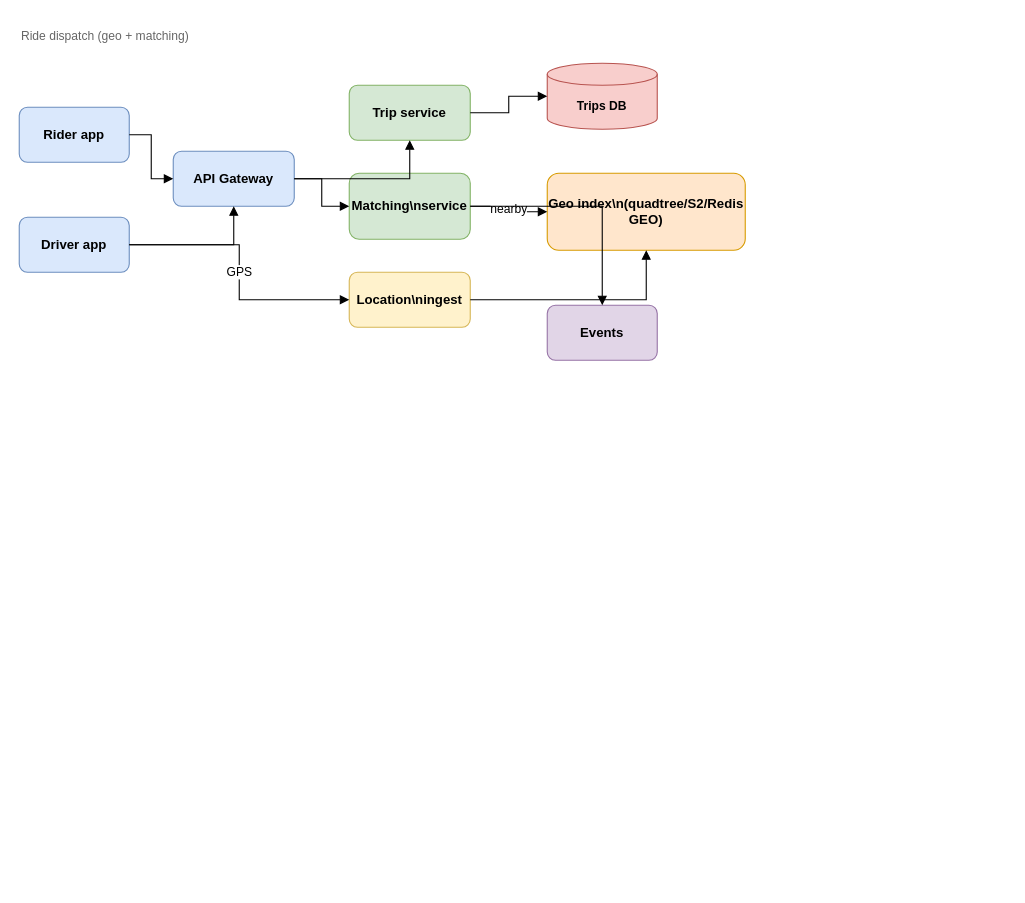
The draw.io diagram diagrams/uber-dispatch.drawio in yazeedsawalha/system-design, before the edit. Source tidied: cells renumbered, new cells numbered last; positions are measured from the earlier drawing's top-left corner, leaving out a move shared by most shapes. Both pictures are drawn from the tidied source at 110%, with x=0, y=0 at pixel (19, 19).
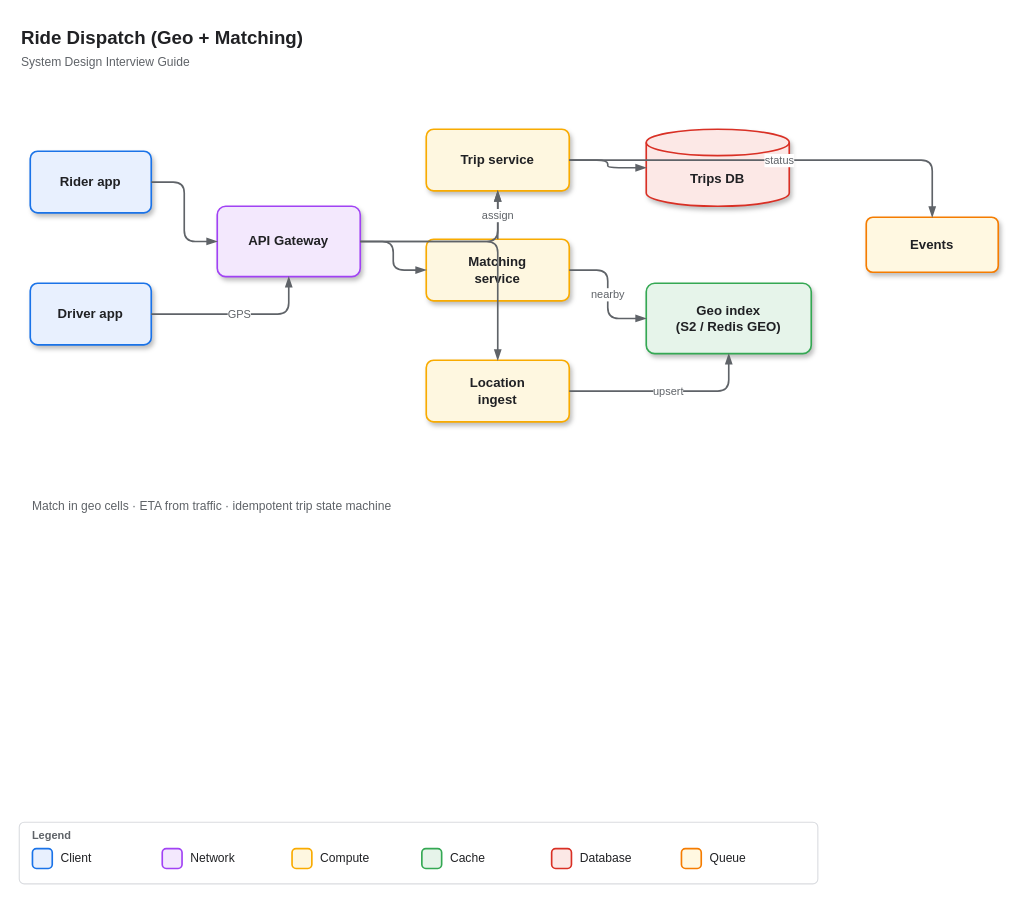
Above is the later version.

Change to the diagram source:
```diff
@@
-<mxGraphModel>
+<mxGraphModel background="#ffffff">
@@
-    <mxCell id="2" value="Ride dispatch (geo + matching)" style="text;html=1;strokeColor=none;fillColor=none;align=left;verticalAlign=middle;whiteSpace=wrap;rounded=0;fontSize=11;fontColor=#666666;" parent="1" vertex="1">
-      <mxGeometry width="280" height="30" as="geometry" />
-    </mxCell>
+    <mxCell id="21" value="Ride Dispatch (Geo + Matching)" style="text;html=1;strokeColor=none;fillColor=none;align=left;verticalAlign=middle;whiteSpace=wrap;rounded=0;fontSize=17;fontStyle=1;fontFamily=Helvetica;fontColor=#202124;" parent="1" vertex="1">
+      <mxGeometry y="4" width="700" height="28" as="geometry" />
+    </mxCell>
+    <mxCell id="22" value="System Design Interview Guide" style="text;html=1;strokeColor=none;fillColor=none;align=left;verticalAlign=middle;whiteSpace=wrap;rounded=0;fontSize=11;fontFamily=Helvetica;fontColor=#5F6368;" parent="1" vertex="1">
+      <mxGeometry y="30" width="280" height="18" as="geometry" />
+    </mxCell>
-    <mxCell id="3" value="Rider app" style="rounded=1;whiteSpace=wrap;html=1;fillColor=#dae8fc;strokeColor=#6c8ebf;fontStyle=1;fontSize=12;" parent="1" vertex="1">
-      <mxGeometry y="80" width="100" height="50" as="geometry" />
+    <mxCell id="3" value="Rider app" style="rounded=1;whiteSpace=wrap;html=1;arcSize=12;fillColor=#E8F0FE;strokeColor=#1A73E8;strokeWidth=1.5;fontStyle=1;fontSize=12;fontFamily=Helvetica;fontColor=#202124;shadow=1;" parent="1" vertex="1">
+      <mxGeometry x="10" y="120" width="110" height="56" as="geometry" />
     </mxCell>
-    <mxCell id="4" value="Driver app" style="rounded=1;whiteSpace=wrap;html=1;fillColor=#dae8fc;strokeColor=#6c8ebf;fontStyle=1;fontSize=12;" parent="1" vertex="1">
-      <mxGeometry y="180" width="100" height="50" as="geometry" />
+    <mxCell id="4" value="Driver app" style="rounded=1;whiteSpace=wrap;html=1;arcSize=12;fillColor=#E8F0FE;strokeColor=#1A73E8;strokeWidth=1.5;fontStyle=1;fontSize=12;fontFamily=Helvetica;fontColor=#202124;shadow=1;" parent="1" vertex="1">
+      <mxGeometry x="10" y="240" width="110" height="56" as="geometry" />
     </mxCell>
-    <mxCell id="5" value="API Gateway" style="rounded=1;whiteSpace=wrap;html=1;fillColor=#dae8fc;strokeColor=#6c8ebf;fontStyle=1;fontSize=12;" parent="1" vertex="1">
-      <mxGeometry x="140" y="120" width="110" height="50" as="geometry" />
+    <mxCell id="5" value="API Gateway" style="rounded=1;whiteSpace=wrap;html=1;arcSize=12;fillColor=#F3E8FD;strokeColor=#A142F4;strokeWidth=1.5;fontStyle=1;fontSize=12;fontFamily=Helvetica;fontColor=#202124;shadow=1;" parent="1" vertex="1">
+      <mxGeometry x="180" y="170" width="130" height="64" as="geometry" />
     </mxCell>
-    <mxCell id="6" value="Trip service" style="rounded=1;whiteSpace=wrap;html=1;fillColor=#d5e8d4;strokeColor=#82b366;fontStyle=1;fontSize=12;" parent="1" vertex="1">
-      <mxGeometry x="300" y="60" width="110" height="50" as="geometry" />
+    <mxCell id="6" value="Trip service" style="rounded=1;whiteSpace=wrap;html=1;arcSize=12;fillColor=#FEF7E0;strokeColor=#F9AB00;strokeWidth=1.5;fontStyle=1;fontSize=12;fontFamily=Helvetica;fontColor=#202124;shadow=1;" parent="1" vertex="1">
+      <mxGeometry x="370" y="100" width="130" height="56" as="geometry" />
     </mxCell>
-    <mxCell id="7" value="Matching\nservice" style="rounded=1;whiteSpace=wrap;html=1;fillColor=#d5e8d4;strokeColor=#82b366;fontStyle=1;fontSize=12;" parent="1" vertex="1">
-      <mxGeometry x="300" y="140" width="110" height="60" as="geometry" />
-    </mxCell>
-    <mxCell id="8" value="Location\ningest" style="rounded=1;whiteSpace=wrap;html=1;fillColor=#fff2cc;strokeColor=#d6b656;fontStyle=1;fontSize=12;" parent="1" vertex="1">
-      <mxGeometry x="300" y="230" width="110" height="50" as="geometry" />
-    </mxCell>
-    <mxCell id="9" value="Geo index\n(quadtree/S2/Redis GEO)" style="rounded=1;whiteSpace=wrap;html=1;fillColor=#ffe6cc;strokeColor=#d79b00;fontStyle=1;fontSize=12;" parent="1" vertex="1">
-      <mxGeometry x="480" y="140" width="180" height="70" as="geometry" />
-    </mxCell>
+    <mxCell id="23" value="Matching&#10;service" style="rounded=1;whiteSpace=wrap;html=1;arcSize=12;fillColor=#FEF7E0;strokeColor=#F9AB00;strokeWidth=1.5;fontStyle=1;fontSize=12;fontFamily=Helvetica;fontColor=#202124;shadow=1;" parent="1" vertex="1">
+      <mxGeometry x="370" y="200" width="130" height="56" as="geometry" />
+    </mxCell>
+    <mxCell id="24" value="Location&#10;ingest" style="rounded=1;whiteSpace=wrap;html=1;arcSize=12;fillColor=#FEF7E0;strokeColor=#F9AB00;strokeWidth=1.5;fontStyle=1;fontSize=12;fontFamily=Helvetica;fontColor=#202124;shadow=1;" parent="1" vertex="1">
+      <mxGeometry x="370" y="310" width="130" height="56" as="geometry" />
+    </mxCell>
+    <mxCell id="25" value="Geo index&#10;(S2 / Redis GEO)" style="rounded=1;whiteSpace=wrap;html=1;arcSize=12;fillColor=#E6F4EA;strokeColor=#34A853;strokeWidth=1.5;fontStyle=1;fontSize=12;fontFamily=Helvetica;fontColor=#202124;shadow=1;" parent="1" vertex="1">
+      <mxGeometry x="570" y="240" width="150" height="64" as="geometry" />
+    </mxCell>
-    <mxCell id="10" value="Trips DB" style="shape=cylinder3;whiteSpace=wrap;html=1;boundedLbl=1;backgroundOutline=1;size=10;fillColor=#f8cecc;strokeColor=#b85450;fontStyle=1;fontSize=11;" parent="1" vertex="1">
-      <mxGeometry x="480" y="40" width="100" height="60" as="geometry" />
+    <mxCell id="10" value="Trips DB" style="shape=cylinder3;whiteSpace=wrap;html=1;boundedLbl=1;backgroundOutline=1;size=12;fillColor=#FCE8E6;strokeColor=#D93025;strokeWidth=1.5;fontStyle=1;fontSize=12;fontFamily=Helvetica;fontColor=#202124;shadow=1;" parent="1" vertex="1">
+      <mxGeometry x="570" y="100" width="130" height="70" as="geometry" />
     </mxCell>
-    <mxCell id="11" value="Events" style="rounded=1;whiteSpace=wrap;html=1;fillColor=#e1d5e7;strokeColor=#9673a6;fontStyle=1;fontSize=12;" parent="1" vertex="1">
-      <mxGeometry x="480" y="260" width="100" height="50" as="geometry" />
+    <mxCell id="11" value="Events" style="rounded=1;whiteSpace=wrap;html=1;arcSize=12;fillColor=#FFF8E1;strokeColor=#F57C00;strokeWidth=1.5;fontStyle=1;fontSize=12;fontFamily=Helvetica;fontColor=#202124;shadow=1;" parent="1" vertex="1">
+      <mxGeometry x="770" y="180" width="120" height="50" as="geometry" />
     </mxCell>
-    <mxCell id="12" style="edgeStyle=orthogonalEdgeStyle;rounded=0;jettySize=auto;html=1;endArrow=block;endFill=1;" parent="1" edge="1" source="3" target="5">
+    <mxCell id="12" style="edgeStyle=orthogonalEdgeStyle;rounded=1;jettySize=auto;html=1;endArrow=blockThin;endFill=1;strokeWidth=1.5;strokeColor=#5F6368;fontFamily=Helvetica;fontSize=10;fontColor=#5F6368;" parent="1" edge="1" source="3" target="5">
       <mxGeometry relative="1" as="geometry" />
     </mxCell>
-    <mxCell id="13" style="edgeStyle=orthogonalEdgeStyle;rounded=0;jettySize=auto;html=1;endArrow=block;endFill=1;" parent="1" edge="1" source="4" target="5">
-      <mxGeometry relative="1" as="geometry" />
-    </mxCell>
+    <mxCell id="16" value="GPS" style="edgeStyle=orthogonalEdgeStyle;rounded=1;jettySize=auto;html=1;endArrow=blockThin;endFill=1;strokeWidth=1.5;strokeColor=#5F6368;fontFamily=Helvetica;fontSize=10;fontColor=#5F6368;" parent="1" edge="1" source="4" target="5">
+      <mxGeometry relative="1" as="geometry" />
+    </mxCell>
-    <mxCell id="14" style="edgeStyle=orthogonalEdgeStyle;rounded=0;jettySize=auto;html=1;endArrow=block;endFill=1;" parent="1" edge="1" source="5" target="6">
+    <mxCell id="14" style="edgeStyle=orthogonalEdgeStyle;rounded=1;jettySize=auto;html=1;endArrow=blockThin;endFill=1;strokeWidth=1.5;strokeColor=#5F6368;fontFamily=Helvetica;fontSize=10;fontColor=#5F6368;" parent="1" edge="1" source="5" target="6">
       <mxGeometry relative="1" as="geometry" />
     </mxCell>
-    <mxCell id="15" style="edgeStyle=orthogonalEdgeStyle;rounded=0;jettySize=auto;html=1;endArrow=block;endFill=1;" parent="1" edge="1" source="5" target="7">
-      <mxGeometry relative="1" as="geometry" />
-    </mxCell>
-    <mxCell id="16" value="GPS" style="edgeStyle=orthogonalEdgeStyle;rounded=0;jettySize=auto;html=1;endArrow=block;endFill=1;" parent="1" edge="1" source="4" target="8">
-      <mxGeometry relative="1" as="geometry" />
-    </mxCell>
-    <mxCell id="17" style="edgeStyle=orthogonalEdgeStyle;rounded=0;jettySize=auto;html=1;endArrow=block;endFill=1;" parent="1" edge="1" source="8" target="9">
-      <mxGeometry relative="1" as="geometry" />
-    </mxCell>
+    <mxCell id="26" style="edgeStyle=orthogonalEdgeStyle;rounded=1;jettySize=auto;html=1;endArrow=blockThin;endFill=1;strokeWidth=1.5;strokeColor=#5F6368;fontFamily=Helvetica;fontSize=10;fontColor=#5F6368;" parent="1" edge="1" source="5" target="23">
+      <mxGeometry relative="1" as="geometry" />
+    </mxCell>
+    <mxCell id="27" style="edgeStyle=orthogonalEdgeStyle;rounded=1;jettySize=auto;html=1;endArrow=blockThin;endFill=1;strokeWidth=1.5;strokeColor=#5F6368;fontFamily=Helvetica;fontSize=10;fontColor=#5F6368;" parent="1" edge="1" source="5" target="24">
+      <mxGeometry relative="1" as="geometry" />
+    </mxCell>
+    <mxCell id="28" value="upsert" style="edgeStyle=orthogonalEdgeStyle;rounded=1;jettySize=auto;html=1;endArrow=blockThin;endFill=1;strokeWidth=1.5;strokeColor=#5F6368;fontFamily=Helvetica;fontSize=10;fontColor=#5F6368;" parent="1" edge="1" source="24" target="25">
+      <mxGeometry relative="1" as="geometry" />
+    </mxCell>
-    <mxCell id="18" value="nearby" style="edgeStyle=orthogonalEdgeStyle;rounded=0;jettySize=auto;html=1;endArrow=block;endFill=1;" parent="1" edge="1" source="7" target="9">
+    <mxCell id="18" value="nearby" style="edgeStyle=orthogonalEdgeStyle;rounded=1;jettySize=auto;html=1;endArrow=blockThin;endFill=1;strokeWidth=1.5;strokeColor=#5F6368;fontFamily=Helvetica;fontSize=10;fontColor=#5F6368;" parent="1" edge="1" source="23" target="25">
       <mxGeometry relative="1" as="geometry" />
     </mxCell>
-    <mxCell id="19" style="edgeStyle=orthogonalEdgeStyle;rounded=0;jettySize=auto;html=1;endArrow=block;endFill=1;" parent="1" edge="1" source="6" target="10">
+    <mxCell id="19" style="edgeStyle=orthogonalEdgeStyle;rounded=1;jettySize=auto;html=1;endArrow=blockThin;endFill=1;strokeWidth=1.5;strokeColor=#5F6368;fontFamily=Helvetica;fontSize=10;fontColor=#5F6368;" parent="1" edge="1" source="6" target="10">
       <mxGeometry relative="1" as="geometry" />
     </mxCell>
-    <mxCell id="20" style="edgeStyle=orthogonalEdgeStyle;rounded=0;jettySize=auto;html=1;endArrow=block;endFill=1;" parent="1" edge="1" source="7" target="11">
-      <mxGeometry relative="1" as="geometry" />
-    </mxCell>
+    <mxCell id="29" value="assign" style="edgeStyle=orthogonalEdgeStyle;rounded=1;jettySize=auto;html=1;endArrow=blockThin;endFill=1;strokeWidth=1.5;strokeColor=#5F6368;fontFamily=Helvetica;fontSize=10;fontColor=#5F6368;" parent="1" edge="1" source="23" target="6">
+      <mxGeometry relative="1" as="geometry" />
+    </mxCell>
+    <mxCell id="30" value="status" style="edgeStyle=orthogonalEdgeStyle;rounded=1;jettySize=auto;html=1;endArrow=blockThin;endFill=1;strokeWidth=1.5;strokeColor=#5F6368;fontFamily=Helvetica;fontSize=10;fontColor=#5F6368;" parent="1" edge="1" source="6" target="11">
+      <mxGeometry relative="1" as="geometry" />
+    </mxCell>
+    <mxCell id="31" value="Match in geo cells · ETA from traffic · idempotent trip state machine" style="text;html=1;strokeColor=none;fillColor=none;align=left;verticalAlign=top;whiteSpace=wrap;rounded=0;fontSize=11;fontFamily=Helvetica;fontColor=#5F6368;" parent="1" vertex="1">
+      <mxGeometry x="10" y="430" width="520" height="40" as="geometry" />
+    </mxCell>
+    <mxCell id="32" style="rounded=1;whiteSpace=wrap;html=1;arcSize=8;fillColor=#FFFFFF;strokeColor=#DADCE0;strokeWidth=1;shadow=0;" parent="1" vertex="1">
+      <mxGeometry y="730" width="726" height="56" as="geometry" />
+    </mxCell>
+    <mxCell id="33" value="Legend" style="text;html=1;strokeColor=none;fillColor=none;align=left;verticalAlign=middle;fontSize=10;fontStyle=1;fontFamily=Helvetica;fontColor=#5F6368;" parent="1" vertex="1">
+      <mxGeometry x="10" y="734" width="60" height="16" as="geometry" />
+    </mxCell>
+    <mxCell id="34" style="rounded=1;whiteSpace=wrap;html=1;arcSize=20;fillColor=#E8F0FE;strokeColor=#1A73E8;strokeWidth=1.5;" parent="1" vertex="1">
+      <mxGeometry x="12" y="754" width="18" height="18" as="geometry" />
+    </mxCell>
+    <mxCell id="35" value="Client" style="text;html=1;strokeColor=none;fillColor=none;align=left;verticalAlign=middle;fontSize=11;fontFamily=Helvetica;fontColor=#202124;" parent="1" vertex="1">
+      <mxGeometry x="36" y="752" width="90" height="22" as="geometry" />
+    </mxCell>
+    <mxCell id="36" style="rounded=1;whiteSpace=wrap;html=1;arcSize=20;fillColor=#F3E8FD;strokeColor=#A142F4;strokeWidth=1.5;" parent="1" vertex="1">
+      <mxGeometry x="130" y="754" width="18" height="18" as="geometry" />
+    </mxCell>
+    <mxCell id="37" value="Network" style="text;html=1;strokeColor=none;fillColor=none;align=left;verticalAlign=middle;fontSize=11;fontFamily=Helvetica;fontColor=#202124;" parent="1" vertex="1">
+      <mxGeometry x="154" y="752" width="90" height="22" as="geometry" />
+    </mxCell>
+    <mxCell id="38" style="rounded=1;whiteSpace=wrap;html=1;arcSize=20;fillColor=#FEF7E0;strokeColor=#F9AB00;strokeWidth=1.5;" parent="1" vertex="1">
+      <mxGeometry x="248" y="754" width="18" height="18" as="geometry" />
+    </mxCell>
+    <mxCell id="39" value="Compute" style="text;html=1;strokeColor=none;fillColor=none;align=left;verticalAlign=middle;fontSize=11;fontFamily=Helvetica;fontColor=#202124;" parent="1" vertex="1">
+      <mxGeometry x="272" y="752" width="90" height="22" as="geometry" />
+    </mxCell>
+    <mxCell id="40" style="rounded=1;whiteSpace=wrap;html=1;arcSize=20;fillColor=#E6F4EA;strokeColor=#34A853;strokeWidth=1.5;" parent="1" vertex="1">
+      <mxGeometry x="366" y="754" width="18" height="18" as="geometry" />
+    </mxCell>
+    <mxCell id="41" value="Cache" style="text;html=1;strokeColor=none;fillColor=none;align=left;verticalAlign=middle;fontSize=11;fontFamily=Helvetica;fontColor=#202124;" parent="1" vertex="1">
+      <mxGeometry x="390" y="752" width="90" height="22" as="geometry" />
+    </mxCell>
+    <mxCell id="42" style="rounded=1;whiteSpace=wrap;html=1;arcSize=20;fillColor=#FCE8E6;strokeColor=#D93025;strokeWidth=1.5;" parent="1" vertex="1">
+      <mxGeometry x="484" y="754" width="18" height="18" as="geometry" />
+    </mxCell>
+    <mxCell id="43" value="Database" style="text;html=1;strokeColor=none;fillColor=none;align=left;verticalAlign=middle;fontSize=11;fontFamily=Helvetica;fontColor=#202124;" parent="1" vertex="1">
+      <mxGeometry x="508" y="752" width="90" height="22" as="geometry" />
+    </mxCell>
+    <mxCell id="44" style="rounded=1;whiteSpace=wrap;html=1;arcSize=20;fillColor=#FFF8E1;strokeColor=#F57C00;strokeWidth=1.5;" parent="1" vertex="1">
+      <mxGeometry x="602" y="754" width="18" height="18" as="geometry" />
+    </mxCell>
+    <mxCell id="45" value="Queue" style="text;html=1;strokeColor=none;fillColor=none;align=left;verticalAlign=middle;fontSize=11;fontFamily=Helvetica;fontColor=#202124;" parent="1" vertex="1">
+      <mxGeometry x="626" y="752" width="90" height="22" as="geometry" />
+    </mxCell>
```
